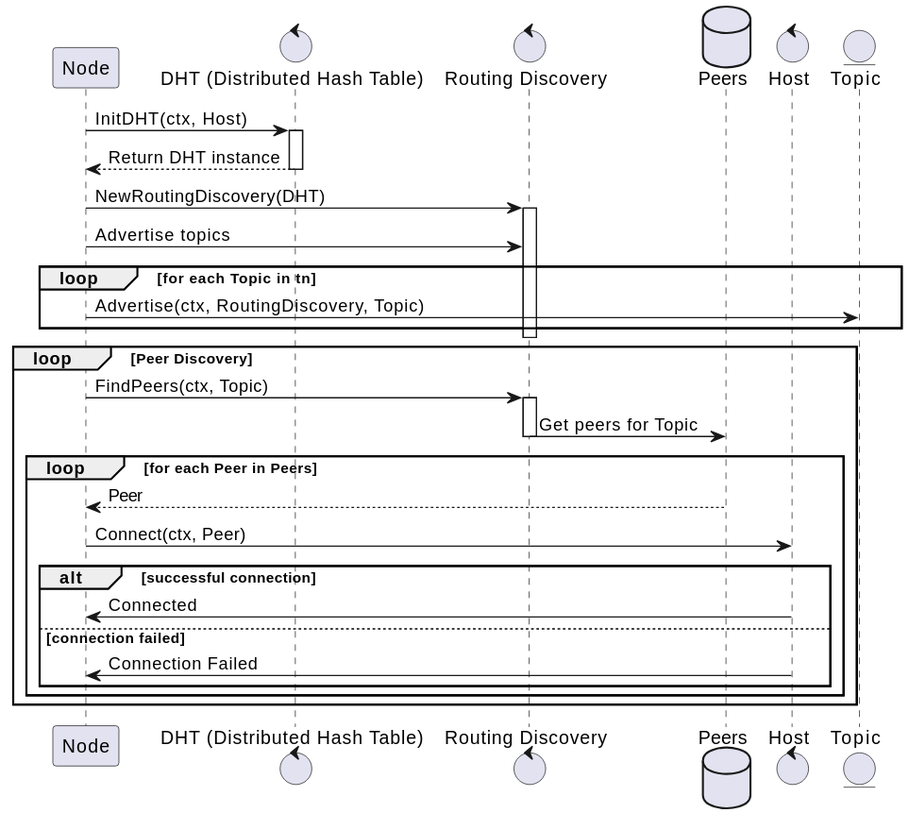
Earlier version of the PlantUML export docs/services/img/plantuml/p2p/p2p_peer_discovery.svg (freemans13/teranode). Its source is kept beside it as docs/services/img/plantuml/p2p/p2p_peer_discovery.puml. Its diagram source:
```plantuml
@startuml

participant "Node" as Node
control "DHT (Distributed Hash Table)" as DHT
control "Routing Discovery" as RoutingDiscovery
database "Peers" as Peers
control "Host" as Host
entity "Topic" as Topic

Node -> DHT: InitDHT(ctx, Host)
activate DHT
DHT --> Node: Return DHT instance
deactivate DHT

Node -> RoutingDiscovery: NewRoutingDiscovery(DHT)
activate RoutingDiscovery
Node -> RoutingDiscovery: Advertise topics
loop for each Topic in tn
    Node -> Topic: Advertise(ctx, RoutingDiscovery, Topic)
end
deactivate RoutingDiscovery

loop Peer Discovery
    Node -> RoutingDiscovery: FindPeers(ctx, Topic)
    activate RoutingDiscovery
    RoutingDiscovery -> Peers: Get peers for Topic
    deactivate RoutingDiscovery
    loop for each Peer in Peers
        Peers --> Node: Peer
        Node -> Host: Connect(ctx, Peer)
        alt successful connection
            Host -> Node: Connected
        else connection failed
            Host -> Node: Connection Failed
        end
    end
end

@enduml
```
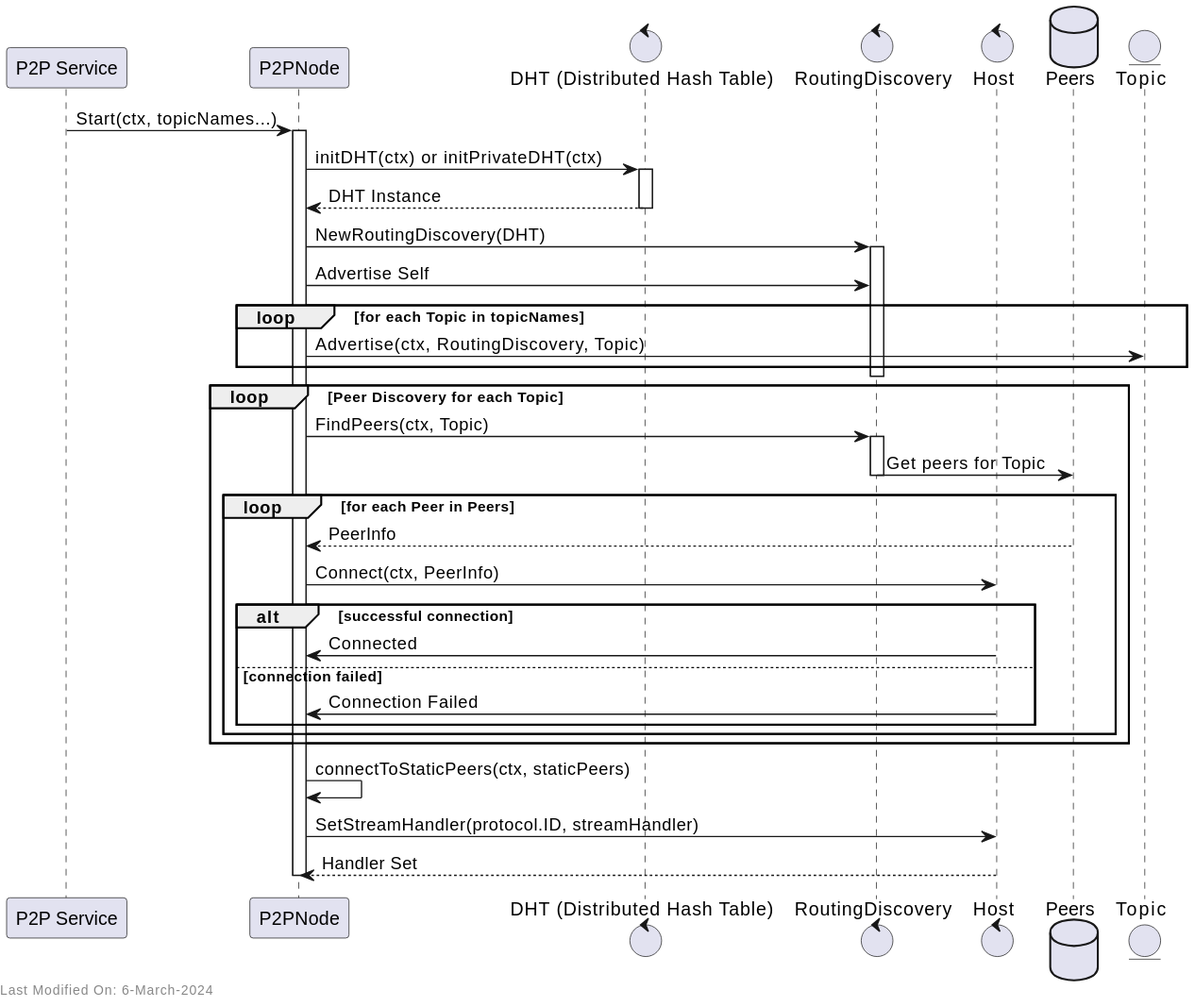
The same diagram one commit later.

Change to the diagram source:
```diff
@@ -1,39 +1,51 @@
 @startuml
-
-participant "Node" as Node
+participant "P2P Service" as Node
+participant "P2PNode" as P2PNode
 control "DHT (Distributed Hash Table)" as DHT
-control "Routing Discovery" as RoutingDiscovery
+control "RoutingDiscovery" as RoutingDiscovery
+control "Host" as Host
 database "Peers" as Peers
-control "Host" as Host
 entity "Topic" as Topic
 
-Node -> DHT: InitDHT(ctx, Host)
+Node -> P2PNode: Start(ctx, topicNames...)
+activate P2PNode
+
+P2PNode -> DHT: initDHT(ctx) or initPrivateDHT(ctx)
 activate DHT
-DHT --> Node: Return DHT instance
+DHT --> P2PNode: DHT Instance
 deactivate DHT
 
-Node -> RoutingDiscovery: NewRoutingDiscovery(DHT)
+P2PNode -> RoutingDiscovery: NewRoutingDiscovery(DHT)
 activate RoutingDiscovery
-Node -> RoutingDiscovery: Advertise topics
-loop for each Topic in tn
-    Node -> Topic: Advertise(ctx, RoutingDiscovery, Topic)
+
+P2PNode -> RoutingDiscovery: Advertise Self
+loop for each Topic in topicNames
+    P2PNode -> Topic: Advertise(ctx, RoutingDiscovery, Topic)
 end
 deactivate RoutingDiscovery
 
-loop Peer Discovery
-    Node -> RoutingDiscovery: FindPeers(ctx, Topic)
+loop Peer Discovery for each Topic
+    P2PNode -> RoutingDiscovery: FindPeers(ctx, Topic)
     activate RoutingDiscovery
     RoutingDiscovery -> Peers: Get peers for Topic
     deactivate RoutingDiscovery
     loop for each Peer in Peers
-        Peers --> Node: Peer
-        Node -> Host: Connect(ctx, Peer)
+        Peers --> P2PNode: PeerInfo
+        P2PNode -> Host: Connect(ctx, PeerInfo)
         alt successful connection
-            Host -> Node: Connected
+            Host -> P2PNode: Connected
         else connection failed
-            Host -> Node: Connection Failed
+            Host -> P2PNode: Connection Failed
         end
     end
 end
 
+P2PNode -> P2PNode: connectToStaticPeers(ctx, staticPeers)
+
+P2PNode -> Host: SetStreamHandler(protocol.ID, streamHandler)
+Host --> P2PNode: Handler Set
+
+deactivate P2PNode
+left footer Last Modified On: 6-March-2024
+
 @enduml
```
